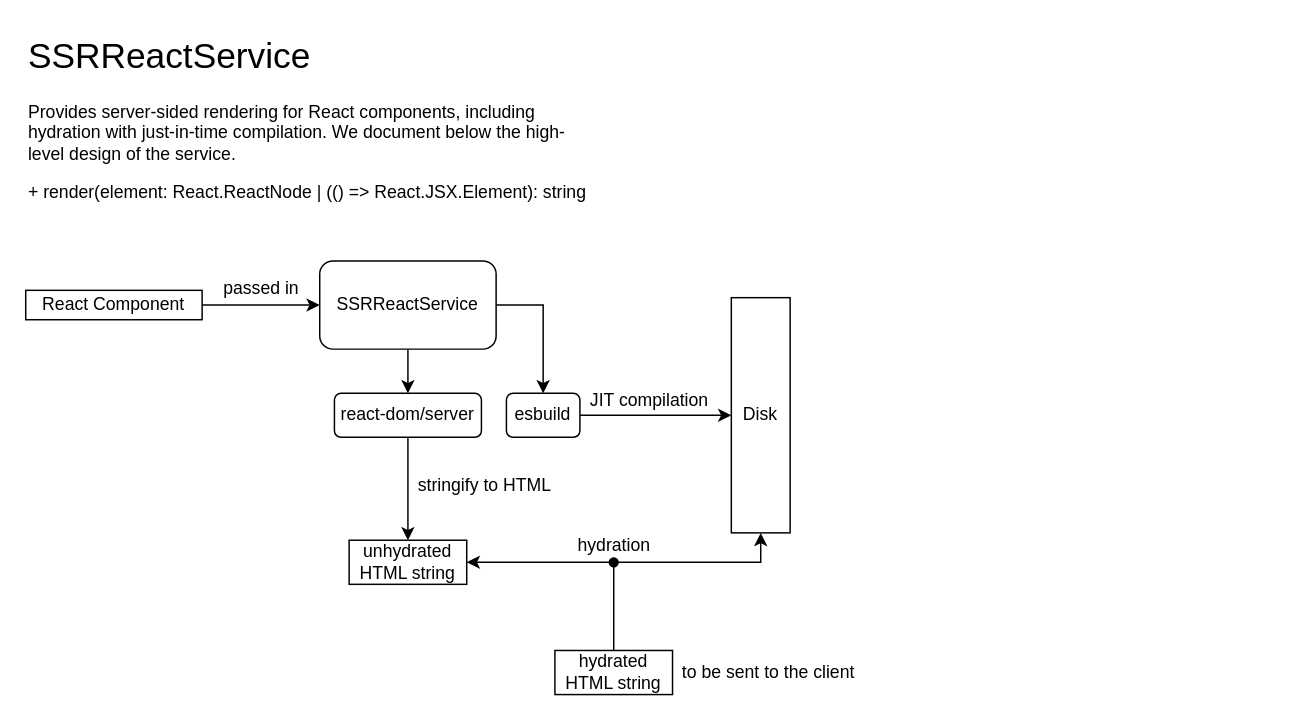
This is diagrams/SSRReactService.drawio from comanlab/odin-design-diagrams, a draw.io file, before an edit. Source tidied: cells renumbered, new cells numbered last; positions are measured from the earlier drawing's top-left corner, leaving out a move shared by most shapes. Both pictures are drawn from the tidied source at 147%, with x=0, y=0 at pixel (25, 25).
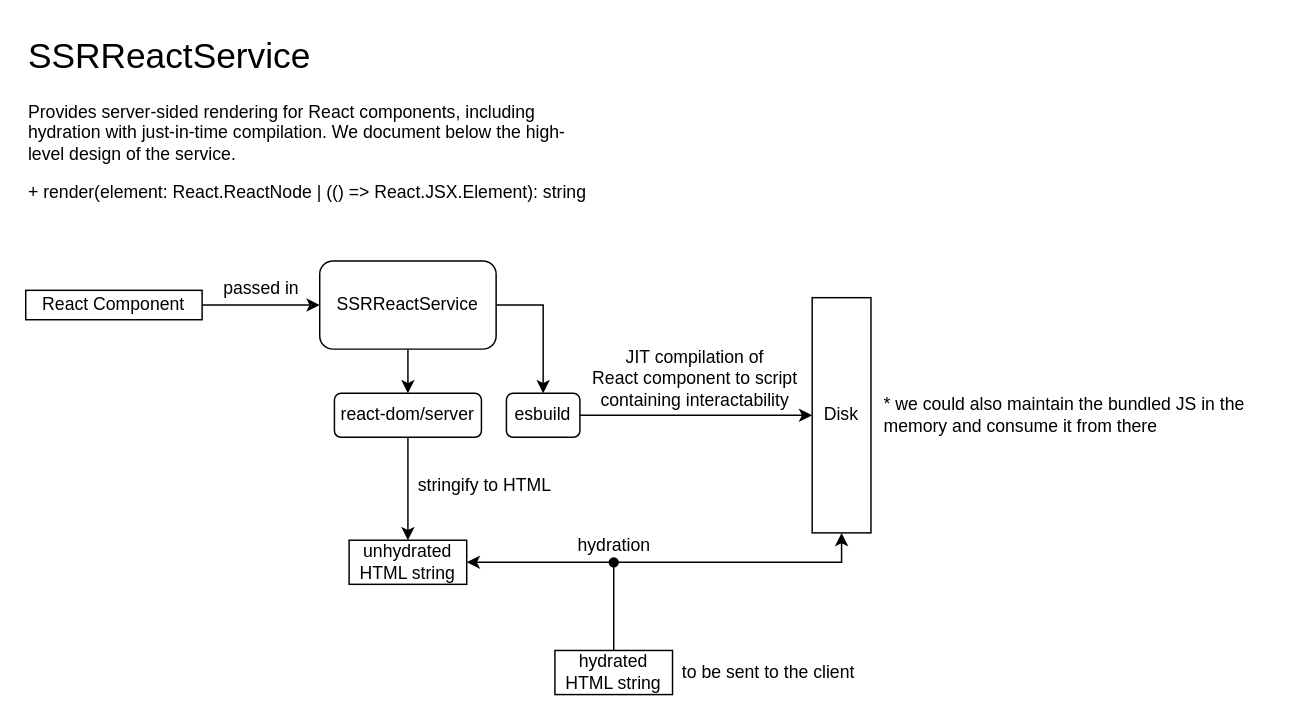
The same page after the edit.

Diff of the diagram source:
```diff
@@
     <mxCell id="5" value="Disk" style="rounded=0;whiteSpace=wrap;html=1;" parent="1" vertex="1">
-      <mxGeometry x="480" y="185" width="40" height="160" as="geometry" />
+      <mxGeometry x="535" y="185" width="40" height="160" as="geometry" />
     </mxCell>
@@
-    <mxCell id="8" value="JIT compilation" style="text;html=1;align=center;verticalAlign=middle;strokeColor=none;fillColor=none;" parent="1" vertex="1">
-      <mxGeometry x="374" y="240" width="100" height="30" as="geometry" />
+    <mxCell id="8" value="JIT compilation of&lt;div&gt;React component to script&lt;/div&gt;&lt;div&gt;containing interactability&lt;/div&gt;" style="text;html=1;align=center;verticalAlign=middle;strokeColor=none;fillColor=none;" parent="1" vertex="1">
+      <mxGeometry x="375" y="210" width="160" height="60" as="geometry" />
     </mxCell>
@@
+    <mxCell id="22" value="* we could also maintain the bundled JS in the&lt;div&gt;memory and consume it from there&lt;/div&gt;" style="text;html=1;align=left;verticalAlign=middle;strokeColor=none;fillColor=none;" parent="1" vertex="1">
+      <mxGeometry x="582" y="245" width="270" height="40" as="geometry" />
+    </mxCell>
```
